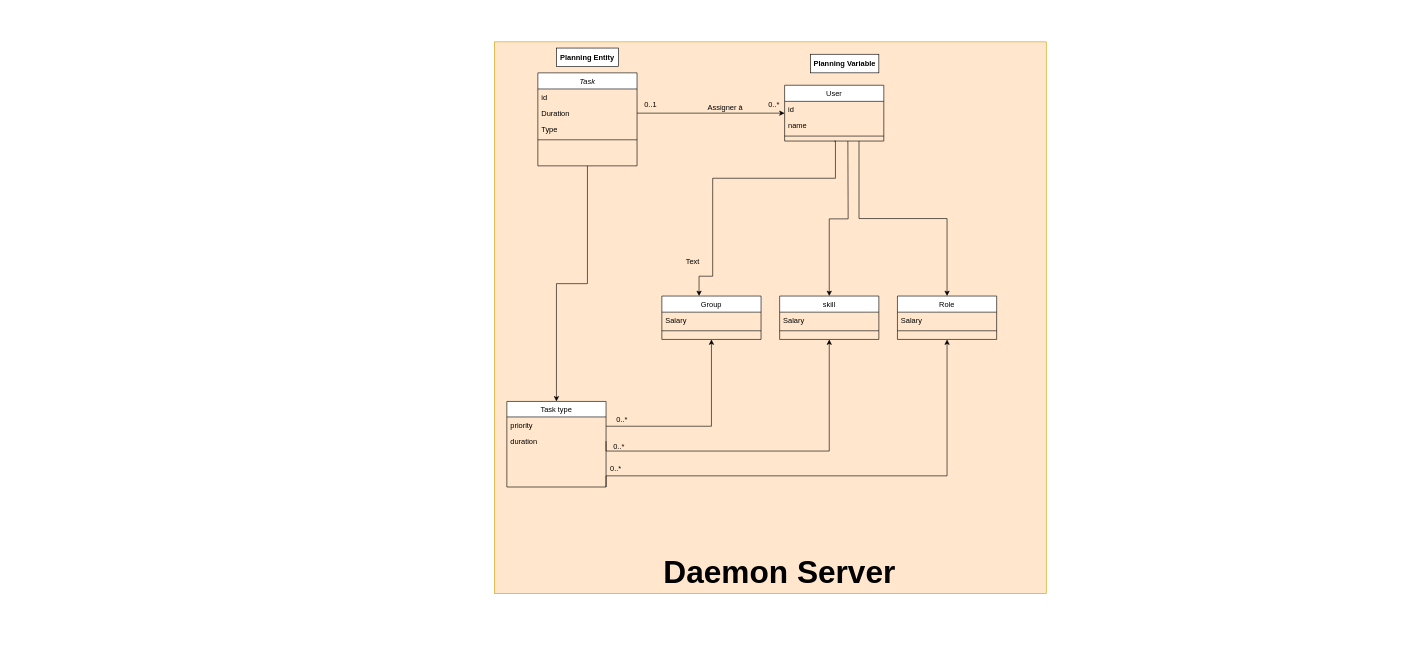
Earlier version of the draw.io diagram Untitled Diagram.drawio (abdillahens/ads). Source tidied: cells renumbered, new cells numbered last; positions are measured from the earlier drawing's top-left corner, leaving out a move shared by most shapes. Both pictures are drawn from the tidied source at 62%, with x=0, y=0 at pixel (494, 42).
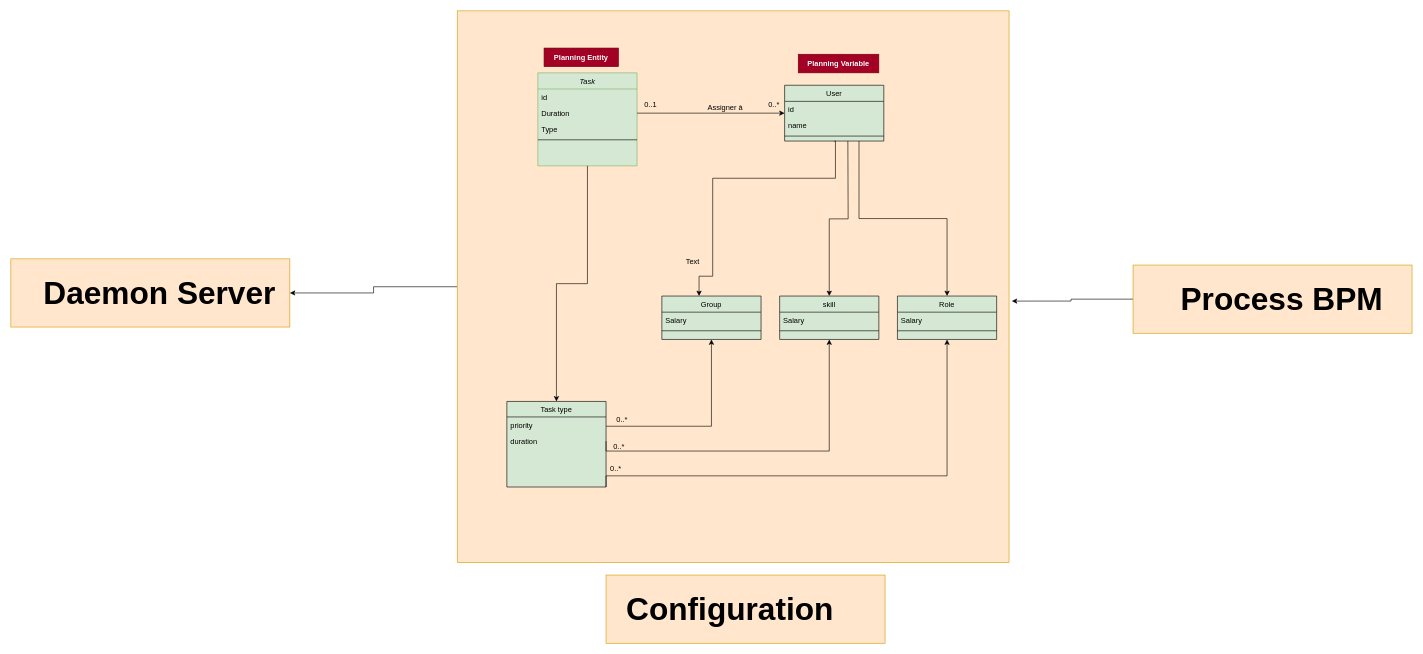
The same page after the edit.

What changed in the source:
```diff
@@
+    <mxCell id="42" style="rounded=0;whiteSpace=wrap;html=1;fillColor=#ffe6cc;strokeColor=#d79b00;" parent="1" vertex="1">
+      <mxGeometry x="-780" y="350" width="450" height="110" as="geometry" />
+    </mxCell>
+    <mxCell id="43" style="edgeStyle=orthogonalEdgeStyle;rounded=0;jettySize=auto;html=1;" parent="1" edge="1" source="2" target="42">
+      <mxGeometry relative="1" as="geometry" />
+    </mxCell>
     <mxCell id="2" style="whiteSpace=wrap;html=1;fillColor=#ffe6cc;strokeColor=#d79b00;" parent="1" vertex="1">
-      <mxGeometry width="890" height="890" as="geometry" />
+      <mxGeometry x="-60" y="-50" width="890" height="890" as="geometry" />
     </mxCell>
-    <mxCell id="3" value="Task" style="swimlane;fontStyle=2;align=center;verticalAlign=top;horizontal=1;startSize=26;rounded=0;shadow=0;strokeWidth=1;" parent="1" vertex="1">
+    <mxCell id="3" value="Task" style="swimlane;fontStyle=2;align=center;verticalAlign=top;horizontal=1;startSize=26;rounded=0;shadow=0;strokeWidth=1;fillColor=#d5e8d4;strokeColor=#82b366;glass=0;swimlaneFillColor=#D5E8D4;gradientColor=none;" parent="1" vertex="1">
       <mxGeometry x="70" y="50" width="160" height="150" as="geometry" />
     </mxCell>
@@
-    <mxCell id="10" value="Task type" style="swimlane;fontStyle=0;align=center;verticalAlign=top;horizontal=1;startSize=25;rounded=0;shadow=0;strokeWidth=1;" parent="1" vertex="1">
+    <mxCell id="10" value="Task type" style="swimlane;fontStyle=0;align=center;verticalAlign=top;horizontal=1;startSize=25;rounded=0;shadow=0;strokeWidth=1;fillColor=#D5E8D4;swimlaneFillColor=#D5E8D4;" parent="1" vertex="1">
       <mxGeometry x="20" y="580" width="160" height="138" as="geometry" />
     </mxCell>
@@
-    <mxCell id="15" value="skill" style="swimlane;fontStyle=0;align=center;verticalAlign=top;horizontal=1;startSize=26;rounded=0;shadow=0;strokeWidth=1;" parent="1" vertex="1">
+    <mxCell id="15" value="skill" style="swimlane;fontStyle=0;align=center;verticalAlign=top;horizontal=1;startSize=26;rounded=0;shadow=0;strokeWidth=1;fillColor=#D5E8D4;swimlaneFillColor=#D5E8D4;" parent="1" vertex="1">
       <mxGeometry x="460" y="410" width="160" height="70" as="geometry" />
     </mxCell>
@@
-    <mxCell id="19" value="User" style="swimlane;fontStyle=0;align=center;verticalAlign=top;horizontal=1;startSize=26;rounded=0;shadow=0;strokeWidth=1;" parent="1" vertex="1">
+    <mxCell id="19" value="User" style="swimlane;fontStyle=0;align=center;verticalAlign=top;horizontal=1;startSize=26;rounded=0;shadow=0;strokeWidth=1;swimlaneFillColor=#D5E8D4;fillColor=#D5E8D4;" parent="1" vertex="1">
       <mxGeometry x="468" y="70" width="160" height="90" as="geometry" />
     </mxCell>
@@
-    <mxCell id="27" value="Group" style="swimlane;fontStyle=0;align=center;verticalAlign=top;horizontal=1;startSize=26;rounded=0;shadow=0;strokeWidth=1;" parent="1" vertex="1">
+    <mxCell id="27" value="Group" style="swimlane;fontStyle=0;align=center;verticalAlign=top;horizontal=1;startSize=26;rounded=0;shadow=0;strokeWidth=1;fillColor=#D5E8D4;swimlaneFillColor=#D5E8D4;" parent="1" vertex="1">
       <mxGeometry x="270" y="410" width="160" height="70" as="geometry" />
     </mxCell>
@@
-    <mxCell id="31" value="Role" style="swimlane;fontStyle=0;align=center;verticalAlign=top;horizontal=1;startSize=26;rounded=0;shadow=0;strokeWidth=1;" parent="1" vertex="1">
+    <mxCell id="31" value="Role" style="swimlane;fontStyle=0;align=center;verticalAlign=top;horizontal=1;startSize=26;rounded=0;shadow=0;strokeWidth=1;fillColor=#D5E8D4;swimlaneFillColor=#D5E8D4;" parent="1" vertex="1">
       <mxGeometry x="650" y="410" width="160" height="70" as="geometry" />
     </mxCell>
@@
-    <mxCell id="36" value="Planning Entity" style="text;html=1;align=center;verticalAlign=middle;whiteSpace=wrap;rounded=0;fillStyle=solid;fillColor=default;strokeColor=default;fontStyle=1;" parent="1" vertex="1">
-      <mxGeometry x="100" y="10" width="100" height="30" as="geometry" />
+    <mxCell id="36" value="Planning Entity" style="text;html=1;align=center;verticalAlign=middle;whiteSpace=wrap;rounded=0;fillStyle=solid;fillColor=#a20025;strokeColor=#6F0000;fontStyle=1;fontColor=#ffffff;" parent="1" vertex="1">
+      <mxGeometry x="80" y="10" width="120" height="30" as="geometry" />
     </mxCell>
-    <mxCell id="37" value="Planning Variable" style="text;html=1;align=center;verticalAlign=middle;whiteSpace=wrap;rounded=0;fillStyle=solid;fillColor=default;strokeColor=default;fontStyle=1;" parent="1" vertex="1">
-      <mxGeometry x="510" y="20" width="110" height="30" as="geometry" />
+    <mxCell id="37" value="Planning Variable" style="text;html=1;align=center;verticalAlign=middle;whiteSpace=wrap;rounded=0;fillStyle=solid;fillColor=#a20025;strokeColor=#6F0000;fontStyle=1;fontColor=#ffffff;" parent="1" vertex="1">
+      <mxGeometry x="490" y="20" width="130" height="30" as="geometry" />
     </mxCell>
@@
     <mxCell id="41" value="&lt;font size=&quot;1&quot;&gt;&lt;b&gt;&lt;font style=&quot;font-size: 51px;&quot;&gt;Daemon Server&lt;/font&gt;&lt;/b&gt;&lt;/font&gt;" style="text;html=1;strokeColor=none;fillColor=none;align=center;verticalAlign=middle;whiteSpace=wrap;rounded=0;" parent="1" vertex="1">
-      <mxGeometry x="250" y="840" width="420" height="30" as="geometry" />
+      <mxGeometry x="-750" y="390" width="420" height="30" as="geometry" />
     </mxCell>
+    <mxCell id="44" style="edgeStyle=orthogonalEdgeStyle;rounded=0;jettySize=auto;html=1;exitX=0;exitY=0.5;exitDx=0;exitDy=0;entryX=1.005;entryY=0.526;entryDx=0;entryDy=0;entryPerimeter=0;" parent="1" edge="1" source="45" target="2">
+      <mxGeometry relative="1" as="geometry" />
+    </mxCell>
+    <mxCell id="45" style="rounded=0;whiteSpace=wrap;html=1;fillColor=#ffe6cc;strokeColor=#d79b00;" parent="1" vertex="1">
+      <mxGeometry x="1030" y="360" width="450" height="110" as="geometry" />
+    </mxCell>
+    <mxCell id="46" value="&lt;font size=&quot;1&quot;&gt;&lt;b&gt;&lt;font style=&quot;font-size: 51px;&quot;&gt;Process BPM&lt;br&gt;&lt;/font&gt;&lt;/b&gt;&lt;/font&gt;" style="text;html=1;strokeColor=none;fillColor=none;align=center;verticalAlign=middle;whiteSpace=wrap;rounded=0;" parent="1" vertex="1">
+      <mxGeometry x="1060" y="400" width="420" height="30" as="geometry" />
+    </mxCell>
+    <mxCell id="47" style="rounded=0;whiteSpace=wrap;html=1;fillColor=#ffe6cc;strokeColor=#d79b00;" parent="1" vertex="1">
+      <mxGeometry x="180" y="860" width="450" height="110" as="geometry" />
+    </mxCell>
+    <mxCell id="48" value="&lt;font size=&quot;1&quot;&gt;&lt;b style=&quot;font-size: 51px;&quot;&gt;Configuration&lt;/b&gt;&lt;/font&gt;" style="text;html=1;strokeColor=none;fillColor=none;align=center;verticalAlign=middle;whiteSpace=wrap;rounded=0;" parent="1" vertex="1">
+      <mxGeometry x="170" y="900" width="420" height="30" as="geometry" />
+    </mxCell>
```
